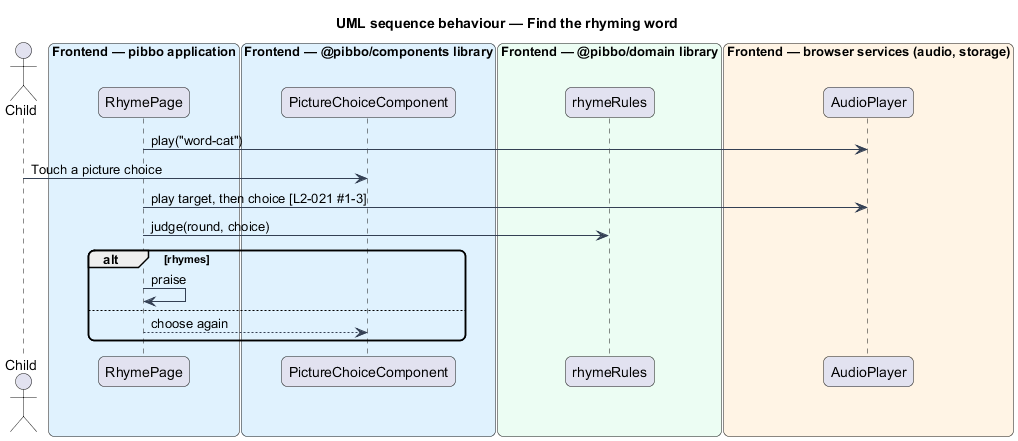
Earlier version of the PlantUML export docs/detailed-designs/sound-out/hear-rhymes/diagrams/sequence-find-rhyme.png (QuinntyneBrown/pibbo). The source it was exported from:
```plantuml
@startuml
title UML sequence behaviour — Find the rhyming word
skinparam backgroundColor #FFFFFF
skinparam shadowing false
skinparam roundcorner 12
skinparam defaultFontName Arial
skinparam ArrowColor #344054
actor "Child" as actor
box "Frontend — pibbo application" #E0F2FE
  participant "RhymePage" as page
end box
box "Frontend — @pibbo/components library" #E0F2FE
  participant "PictureChoiceComponent" as view
end box
box "Frontend — @pibbo/domain library" #ECFDF3
  participant "rhymeRules" as rules
end box
box "Frontend — browser services (audio, storage)" #FFF4E5
  participant "AudioPlayer" as audio
end box
page -> audio : play("word-cat")
actor -> view : Touch a picture choice
page -> audio : play target, then choice [L2-021 #1-3]
page -> rules : judge(round, choice)
alt rhymes
  page -> page : praise
else
  page --> view : choose again
end
@enduml
```
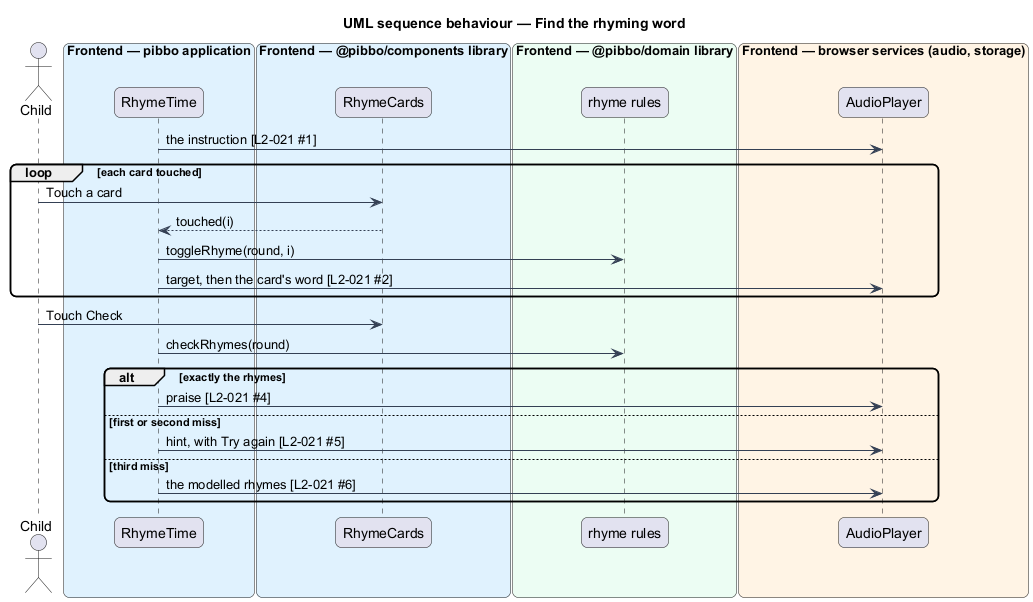
The same file after the commit.

Change to the diagram source:
```diff
@@ -7,24 +7,31 @@
 skinparam ArrowColor #344054
 actor "Child" as actor
 box "Frontend — pibbo application" #E0F2FE
-  participant "RhymePage" as page
+  participant "RhymeTime" as page
 end box
 box "Frontend — @pibbo/components library" #E0F2FE
-  participant "PictureChoiceComponent" as view
+  participant "RhymeCards" as view
 end box
 box "Frontend — @pibbo/domain library" #ECFDF3
-  participant "rhymeRules" as rules
+  participant "rhyme rules" as rules
 end box
 box "Frontend — browser services (audio, storage)" #FFF4E5
   participant "AudioPlayer" as audio
 end box
-page -> audio : play("word-cat")
-actor -> view : Touch a picture choice
-page -> audio : play target, then choice [L2-021 #1-3]
-page -> rules : judge(round, choice)
-alt rhymes
-  page -> page : praise
-else
-  page --> view : choose again
+page -> audio : the instruction [L2-021 #1]
+loop each card touched
+  actor -> view : Touch a card
+  view --> page : touched(i)
+  page -> rules : toggleRhyme(round, i)
+  page -> audio : target, then the card's word [L2-021 #2]
+end
+actor -> view : Touch Check
+page -> rules : checkRhymes(round)
+alt exactly the rhymes
+  page -> audio : praise [L2-021 #4]
+else first or second miss
+  page -> audio : hint, with Try again [L2-021 #5]
+else third miss
+  page -> audio : the modelled rhymes [L2-021 #6]
 end
 @enduml
```
